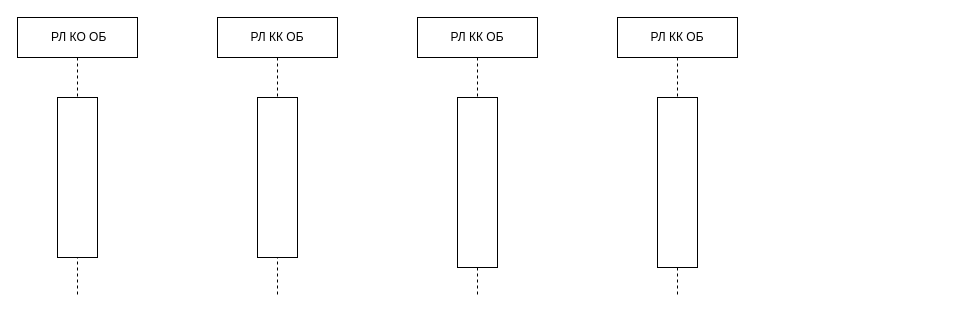
maxiko/ARC-016 keeps this draw.io diagram as Диаграмма без названия.drawio. Above is the earlier version. Source tidied: cells renumbered, new cells numbered last; positions are measured from the earlier drawing's top-left corner, leaving out a move shared by most shapes. Both pictures are drawn from the tidied source at 100%, with x=0, y=0 at pixel (17, 17).
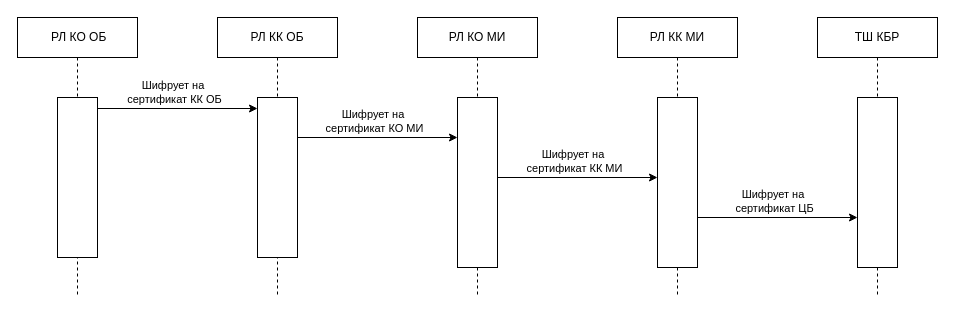
Above is the later version.

What changed in the source:
```diff
@@
-    <mxCell id="6" value="РЛ КК ОБ" style="shape=umlLifeline;perimeter=lifelinePerimeter;whiteSpace=wrap;html=1;newEdgeStyle={&quot;edgeStyle&quot;:&quot;elbowEdgeStyle&quot;,&quot;elbow&quot;:&quot;vertical&quot;,&quot;curved&quot;:0,&quot;rounded&quot;:0};" parent="1" vertex="1">
+    <mxCell id="6" value="РЛ КО МИ" style="shape=umlLifeline;perimeter=lifelinePerimeter;whiteSpace=wrap;html=1;newEdgeStyle={&quot;edgeStyle&quot;:&quot;elbowEdgeStyle&quot;,&quot;elbow&quot;:&quot;vertical&quot;,&quot;curved&quot;:0,&quot;rounded&quot;:0};" parent="1" vertex="1">
       <mxGeometry x="400" width="120" height="280" as="geometry" />
     </mxCell>
@@
-    <mxCell id="8" value="РЛ КК ОБ" style="shape=umlLifeline;perimeter=lifelinePerimeter;whiteSpace=wrap;html=1;newEdgeStyle={&quot;edgeStyle&quot;:&quot;elbowEdgeStyle&quot;,&quot;elbow&quot;:&quot;vertical&quot;,&quot;curved&quot;:0,&quot;rounded&quot;:0};" parent="1" vertex="1">
+    <mxCell id="8" value="РЛ КК МИ" style="shape=umlLifeline;perimeter=lifelinePerimeter;whiteSpace=wrap;html=1;newEdgeStyle={&quot;edgeStyle&quot;:&quot;elbowEdgeStyle&quot;,&quot;elbow&quot;:&quot;vertical&quot;,&quot;curved&quot;:0,&quot;rounded&quot;:0};" parent="1" vertex="1">
       <mxGeometry x="600" width="120" height="280" as="geometry" />
     </mxCell>
@@
+    <mxCell id="10" value="ТШ КБР" style="shape=umlLifeline;perimeter=lifelinePerimeter;whiteSpace=wrap;html=1;newEdgeStyle={&quot;edgeStyle&quot;:&quot;elbowEdgeStyle&quot;,&quot;elbow&quot;:&quot;vertical&quot;,&quot;curved&quot;:0,&quot;rounded&quot;:0};" parent="1" vertex="1">
+      <mxGeometry x="800" width="120" height="280" as="geometry" />
+    </mxCell>
+    <mxCell id="11" style="html=1;perimeter=orthogonalPerimeter;targetShapes=umlLifeline;newEdgeStyle={&quot;edgeStyle&quot;:&quot;elbowEdgeStyle&quot;,&quot;elbow&quot;:&quot;vertical&quot;,&quot;curved&quot;:0,&quot;rounded&quot;:0};" parent="10" vertex="1">
+      <mxGeometry x="40" y="80" width="40" height="170" as="geometry" />
+    </mxCell>
+    <mxCell id="12" style="endArrow=classic;html=1;rounded=0;" parent="1" edge="1">
+      <mxGeometry relative="1" as="geometry">
+        <mxPoint x="80" y="91" as="sourcePoint" />
+        <mxPoint x="240" y="91" as="targetPoint" />
+      </mxGeometry>
+    </mxCell>
+    <mxCell id="13" value="Шифрует на&amp;nbsp;&lt;div&gt;сертификат КК ОБ&lt;/div&gt;" style="edgeLabel;html=1;align=center;verticalAlign=middle;" parent="12" vertex="1">
+      <mxGeometry x="-0.05" y="2" relative="1" as="geometry">
+        <mxPoint y="-15" as="offset" />
+      </mxGeometry>
+    </mxCell>
+    <mxCell id="14" style="endArrow=classic;html=1;rounded=0;" parent="1" edge="1">
+      <mxGeometry relative="1" as="geometry">
+        <mxPoint x="280" y="120" as="sourcePoint" />
+        <mxPoint x="440" y="120" as="targetPoint" />
+      </mxGeometry>
+    </mxCell>
+    <mxCell id="15" value="Шифрует на&amp;nbsp;&lt;div&gt;сертификат КО МИ&lt;/div&gt;" style="edgeLabel;html=1;align=center;verticalAlign=middle;" parent="14" vertex="1">
+      <mxGeometry x="-0.05" y="2" relative="1" as="geometry">
+        <mxPoint y="-15" as="offset" />
+      </mxGeometry>
+    </mxCell>
+    <mxCell id="16" style="endArrow=classic;html=1;rounded=0;" parent="1" edge="1">
+      <mxGeometry relative="1" as="geometry">
+        <mxPoint x="480" y="160" as="sourcePoint" />
+        <mxPoint x="640" y="160" as="targetPoint" />
+      </mxGeometry>
+    </mxCell>
+    <mxCell id="17" value="Шифрует на&amp;nbsp;&lt;div&gt;сертификат КК МИ&lt;/div&gt;" style="edgeLabel;html=1;align=center;verticalAlign=middle;" parent="16" vertex="1">
+      <mxGeometry x="-0.05" y="2" relative="1" as="geometry">
+        <mxPoint y="-15" as="offset" />
+      </mxGeometry>
+    </mxCell>
+    <mxCell id="18" style="endArrow=classic;html=1;rounded=0;" parent="1" edge="1">
+      <mxGeometry relative="1" as="geometry">
+        <mxPoint x="680" y="200" as="sourcePoint" />
+        <mxPoint x="840" y="200" as="targetPoint" />
+      </mxGeometry>
+    </mxCell>
+    <mxCell id="19" value="Шифрует на&amp;nbsp;&lt;div&gt;сертификат ЦБ&lt;/div&gt;" style="edgeLabel;html=1;align=center;verticalAlign=middle;" parent="18" vertex="1">
+      <mxGeometry x="-0.05" y="2" relative="1" as="geometry">
+        <mxPoint y="-15" as="offset" />
+      </mxGeometry>
+    </mxCell>
```
